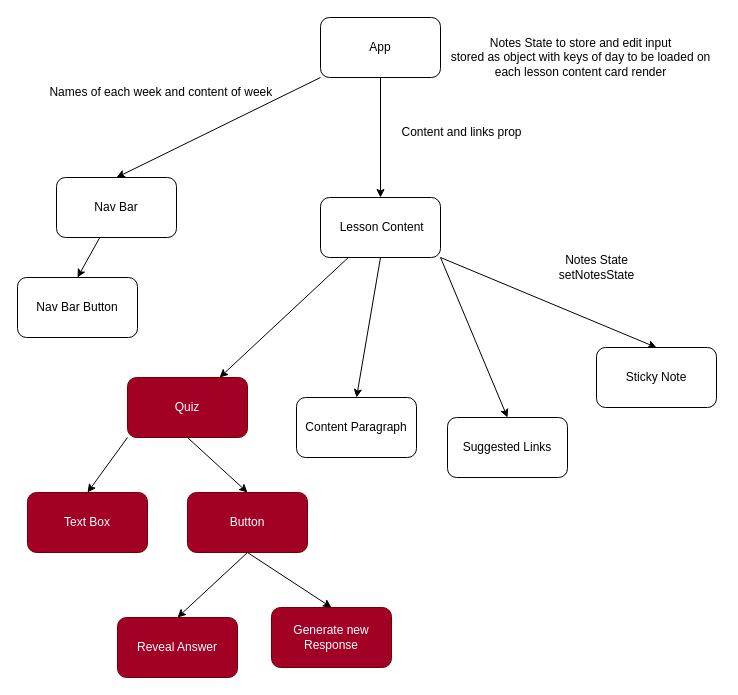
The draw.io diagram filetree.index.drawio in SchoolOfCode/bc14_w7_project-frontend-room-26-react-rangers, before the edit. Source tidied: cells renumbered, new cells numbered last; positions are measured from the earlier drawing's top-left corner, leaving out a move shared by most shapes. Both pictures are drawn from the tidied source at 100%, with x=0, y=0 at pixel (17, 17).
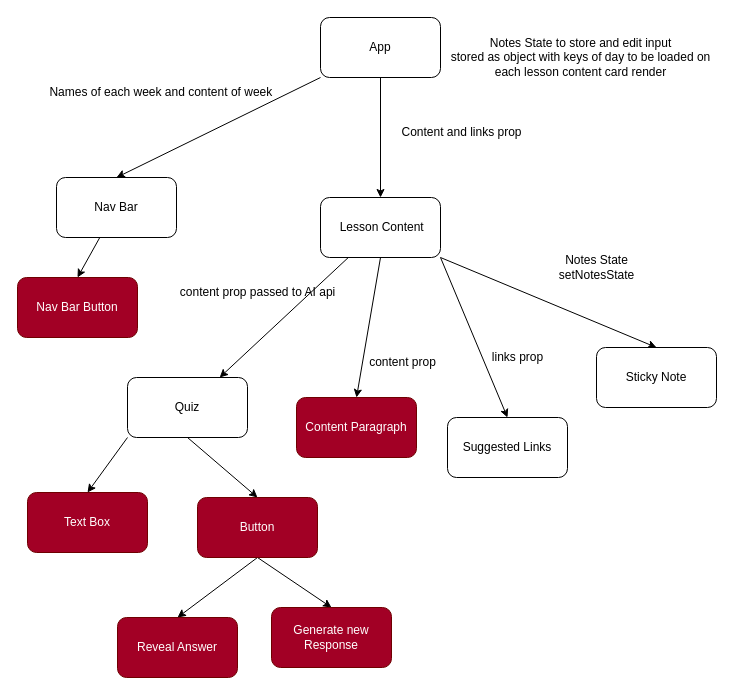
After the change.

Commit message:
component tree updated with props

The change refers to these unchanged cells:
```xml
<mxCell id="21" value="Reveal Answer" style="rounded=1;whiteSpace=wrap;html=1;fillColor=#a20025;fontColor=#ffffff;strokeColor=#6F0000;" parent="1" vertex="1">
  <mxGeometry x="100" y="600" width="120" height="60" as="geometry" />
</mxCell>
```

The edit, as a diff of the source:
```diff
@@
-    <mxCell id="13" value="Nav Bar Button" style="rounded=1;whiteSpace=wrap;html=1;" parent="1" vertex="1">
+    <mxCell id="13" value="Nav Bar Button" style="rounded=1;whiteSpace=wrap;html=1;fillColor=#a20025;fontColor=#ffffff;strokeColor=#6F0000;" parent="1" vertex="1">
       <mxGeometry y="260" width="120" height="60" as="geometry" />
     </mxCell>
@@
-    <mxCell id="16" value="Quiz" style="rounded=1;whiteSpace=wrap;html=1;fillColor=#a20025;fontColor=#ffffff;strokeColor=#6F0000;" parent="1" vertex="1">
+    <mxCell id="16" value="Quiz" style="rounded=1;whiteSpace=wrap;html=1;" parent="1" vertex="1">
       <mxGeometry x="110" y="360" width="120" height="60" as="geometry" />
     </mxCell>
@@
-    <mxCell id="18" style="edgeStyle=none;html=1;exitX=0.5;exitY=1;exitDx=0;exitDy=0;entryX=0.5;entryY=0;entryDx=0;entryDy=0;" parent="1" edge="1" source="20" target="21">
-      <mxGeometry relative="1" as="geometry" />
-    </mxCell>
+    <mxCell id="29" style="edgeStyle=none;html=1;entryX=0.5;entryY=0;entryDx=0;entryDy=0;" parent="1" edge="1" target="21">
+      <mxGeometry relative="1" as="geometry">
+        <mxPoint x="240" y="540" as="sourcePoint" />
+      </mxGeometry>
+    </mxCell>
@@
     <mxCell id="20" value="Button" style="rounded=1;whiteSpace=wrap;html=1;fillColor=#a20025;fontColor=#ffffff;strokeColor=#6F0000;" parent="1" vertex="1">
-      <mxGeometry x="170" y="475" width="120" height="60" as="geometry" />
+      <mxGeometry x="180" y="480" width="120" height="60" as="geometry" />
     </mxCell>
@@
-    <mxCell id="23" value="Content Paragraph" style="rounded=1;whiteSpace=wrap;html=1;" parent="1" vertex="1">
+    <mxCell id="23" value="Content Paragraph" style="rounded=1;whiteSpace=wrap;html=1;fillColor=#a20025;fontColor=#ffffff;strokeColor=#6F0000;" parent="1" vertex="1">
       <mxGeometry x="279" y="380" width="120" height="60" as="geometry" />
     </mxCell>
@@
+    <mxCell id="30" value="content prop" style="text;html=1;align=center;verticalAlign=middle;strokeColor=none;fillColor=none;" parent="1" vertex="1">
+      <mxGeometry x="340" y="330" width="90" height="30" as="geometry" />
+    </mxCell>
+    <mxCell id="31" value="links prop" style="text;html=1;align=center;verticalAlign=middle;strokeColor=none;fillColor=none;" parent="1" vertex="1">
+      <mxGeometry x="465" y="325" width="70" height="30" as="geometry" />
+    </mxCell>
+    <mxCell id="32" value="content prop passed to AI api" style="text;html=1;align=center;verticalAlign=middle;strokeColor=none;fillColor=none;" parent="1" vertex="1">
+      <mxGeometry x="150" y="260" width="180" height="30" as="geometry" />
+    </mxCell>
```
